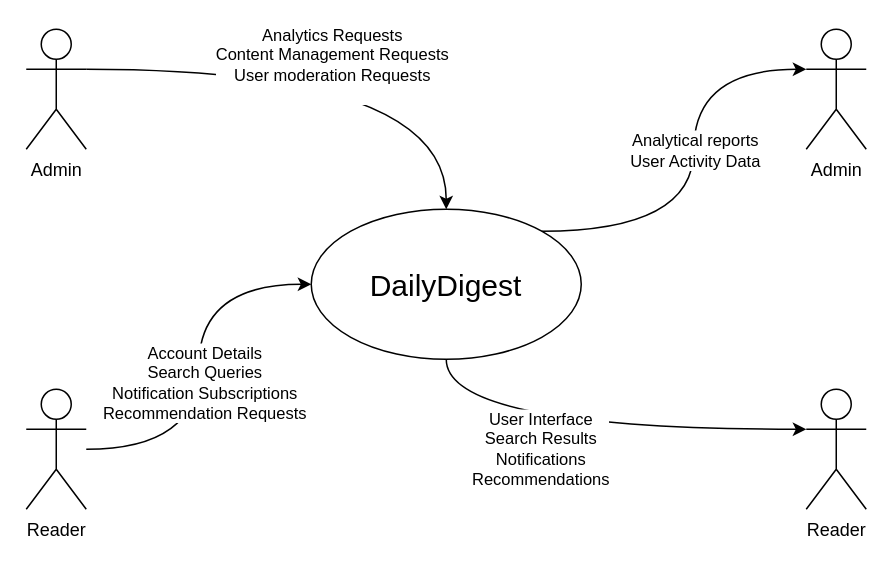
This is Usecase.drawio from JakubK2004/JakubK2004, a draw.io file, before an edit. Source tidied: cells renumbered, new cells numbered last; positions are measured from the earlier drawing's top-left corner, leaving out a move shared by most shapes. Both pictures are drawn from the tidied source at 150%, with x=0, y=0 at pixel (26, 28).
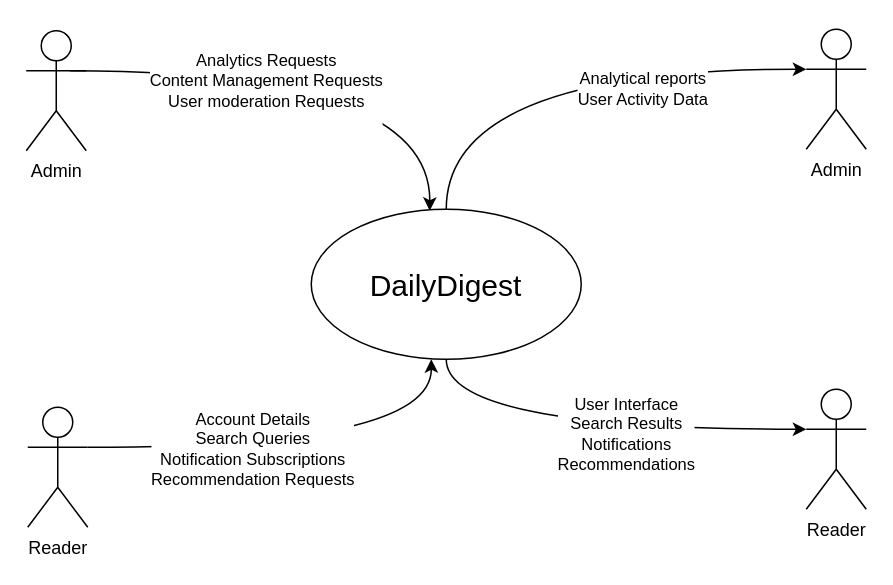
The same diagram, later.

The edit, as a diff of the source:
```diff
@@
 <mxGraphModel>
   <root>
     <mxCell id="0" />
     <mxCell id="1" parent="0" />
-    <mxCell id="2" style="edgeStyle=orthogonalEdgeStyle;rounded=0;jettySize=auto;html=1;entryX=0;entryY=0.5;entryDx=0;entryDy=0;elbow=vertical;curved=1;" parent="1" edge="1" source="4" target="8">
-      <mxGeometry relative="1" as="geometry" />
+    <mxCell id="2" style="edgeStyle=orthogonalEdgeStyle;rounded=0;jettySize=auto;html=1;entryX=0.5;entryY=1;entryDx=0;entryDy=0;elbow=vertical;curved=1;exitX=1;exitY=0.3333333333333333;exitDx=0;exitDy=0;exitPerimeter=0;" parent="1" edge="1" source="4">
+      <mxGeometry relative="1" as="geometry">
+        <mxPoint x="270" y="220" as="targetPoint" />
+      </mxGeometry>
     </mxCell>
     <mxCell id="3" value="Account Details&lt;div&gt;Search Queries&lt;/div&gt;&lt;div&gt;Notification Subscriptions&lt;/div&gt;&lt;div&gt;Recommendation Requests&lt;/div&gt;" style="edgeLabel;html=1;align=center;verticalAlign=middle;" parent="2" vertex="1">
-      <mxGeometry x="-0.08" y="-3" relative="1" as="geometry" />
+      <mxGeometry x="-0.08" y="-3" relative="1" as="geometry">
+        <mxPoint x="-23" y="-2" as="offset" />
+      </mxGeometry>
     </mxCell>
     <mxCell id="4" value="Reader" style="shape=umlActor;verticalLabelPosition=bottom;verticalAlign=top;html=1;" parent="1" vertex="1">
-      <mxGeometry y="240" width="40" height="80" as="geometry" />
+      <mxGeometry x="1" y="252" width="40" height="80" as="geometry" />
     </mxCell>
-    <mxCell id="5" style="edgeStyle=orthogonalEdgeStyle;rounded=0;jettySize=auto;html=1;entryX=0.5;entryY=0;entryDx=0;entryDy=0;curved=1;exitX=1;exitY=0.3333333333333333;exitDx=0;exitDy=0;exitPerimeter=0;" parent="1" edge="1" source="7" target="8">
-      <mxGeometry relative="1" as="geometry" />
+    <mxCell id="5" style="edgeStyle=orthogonalEdgeStyle;rounded=0;orthogonalLoop=1;jettySize=auto;html=1;entryX=0.5;entryY=0;entryDx=0;entryDy=0;curved=1;exitX=1;exitY=0.3333333333333333;exitDx=0;exitDy=0;exitPerimeter=0;" parent="1" edge="1">
+      <mxGeometry relative="1" as="geometry">
+        <mxPoint x="29" y="27.7" as="sourcePoint" />
+        <mxPoint x="269" y="121" as="targetPoint" />
+      </mxGeometry>
     </mxCell>
     <mxCell id="6" value="Analytics Requests&lt;div&gt;Content Management Requests&lt;/div&gt;&lt;div&gt;User moderation Requests&lt;/div&gt;&lt;div&gt;&lt;br&gt;&lt;/div&gt;" style="edgeLabel;html=1;align=center;verticalAlign=middle;" parent="5" vertex="1">
-      <mxGeometry x="-0.02" y="3" relative="1" as="geometry" />
+      <mxGeometry x="-0.02" y="3" relative="1" as="geometry">
+        <mxPoint x="-33" y="15" as="offset" />
+      </mxGeometry>
     </mxCell>
     <mxCell id="7" value="Admin" style="shape=umlActor;verticalLabelPosition=bottom;verticalAlign=top;html=1;" parent="1" vertex="1">
-      <mxGeometry width="40" height="80" as="geometry" />
+      <mxGeometry y="1" width="40" height="80" as="geometry" />
     </mxCell>
     <mxCell id="8" value="&lt;font style=&quot;font-size: 20px;&quot;&gt;DailyDigest&lt;/font&gt;" style="ellipse;whiteSpace=wrap;html=1;" parent="1" vertex="1">
       <mxGeometry x="190" y="120" width="180" height="100" as="geometry" />
     </mxCell>
     <mxCell id="9" value="Reader" style="shape=umlActor;verticalLabelPosition=bottom;verticalAlign=top;html=1;" parent="1" vertex="1">
       <mxGeometry x="520" y="240" width="40" height="80" as="geometry" />
     </mxCell>
     <mxCell id="10" style="edgeStyle=orthogonalEdgeStyle;rounded=0;jettySize=auto;html=1;entryX=0;entryY=0.3333333333333333;entryDx=0;entryDy=0;entryPerimeter=0;curved=1;exitX=0.5;exitY=1;exitDx=0;exitDy=0;" parent="1" edge="1" source="8" target="9">
       <mxGeometry relative="1" as="geometry" />
     </mxCell>
     <mxCell id="11" value="&lt;div&gt;User Interface&lt;/div&gt;&lt;div&gt;Search Results&lt;/div&gt;&lt;div&gt;Notifications&lt;/div&gt;&lt;div&gt;Recommendations&lt;/div&gt;" style="edgeLabel;html=1;align=center;verticalAlign=middle;" parent="10" vertex="1">
-      <mxGeometry x="-0.24" y="-13" relative="1" as="geometry" />
+      <mxGeometry x="-0.24" y="-13" relative="1" as="geometry">
+        <mxPoint x="57" y="-10" as="offset" />
+      </mxGeometry>
     </mxCell>
     <mxCell id="12" value="Admin" style="shape=umlActor;verticalLabelPosition=bottom;verticalAlign=top;html=1;" parent="1" vertex="1">
       <mxGeometry x="520" width="40" height="80" as="geometry" />
     </mxCell>
-    <mxCell id="13" style="edgeStyle=orthogonalEdgeStyle;rounded=0;jettySize=auto;html=1;entryX=0;entryY=0.3333333333333333;entryDx=0;entryDy=0;entryPerimeter=0;curved=1;exitX=1;exitY=0;exitDx=0;exitDy=0;" parent="1" edge="1" source="8" target="12">
+    <mxCell id="13" style="edgeStyle=orthogonalEdgeStyle;rounded=0;jettySize=auto;html=1;entryX=0;entryY=0.3333333333333333;entryDx=0;entryDy=0;entryPerimeter=0;curved=1;exitX=0.5;exitY=0;exitDx=0;exitDy=0;" parent="1" edge="1" source="8" target="12">
       <mxGeometry relative="1" as="geometry" />
     </mxCell>
     <mxCell id="14" value="Analytical reports&lt;div&gt;User Activity Data&lt;/div&gt;" style="edgeLabel;html=1;align=center;verticalAlign=middle;" parent="13" vertex="1">
-      <mxGeometry x="0.09" relative="1" as="geometry" />
+      <mxGeometry x="0.09" relative="1" as="geometry">
+        <mxPoint x="42" y="13" as="offset" />
+      </mxGeometry>
     </mxCell>
   </root>
 </mxGraphModel>
```
